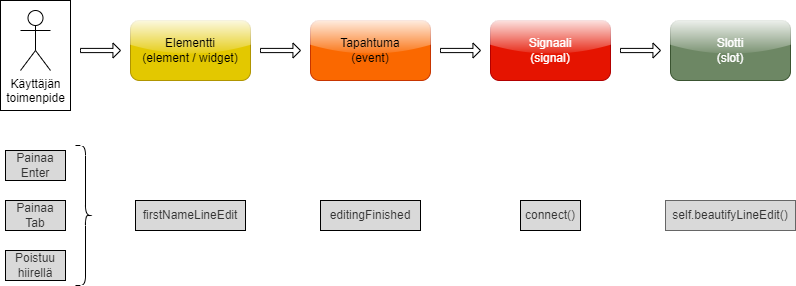
This is Docs/Pictures/SignalSlot.drawio.png from Roo-M/PythonYmparisto, a draw.io export, as it was before one commit. Source tidied: cells renumbered, new cells last; positions are measured from the earlier drawing's top-left corner, leaving out a move shared by most shapes.
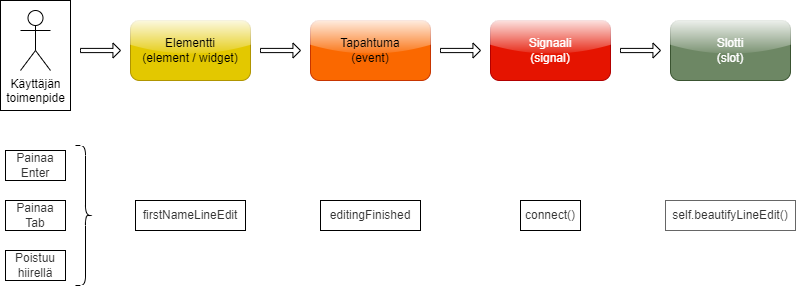
After the change.

Commit message:
Muokattu tekstin taustaväriä

What changed in the source:
```diff
@@ -14,25 +14,25 @@
     <mxCell id="5" value="Slotti&lt;div&gt;(slot)&lt;/div&gt;" style="rounded=1;whiteSpace=wrap;html=1;fillColor=#6d8764;strokeColor=#3A5431;fontColor=#ffffff;gradientDirection=north;glass=1;" parent="1" vertex="1">
       <mxGeometry x="670" y="20" width="120" height="60" as="geometry" />
     </mxCell>
-    <mxCell id="6" value="Painaa&lt;div&gt;Enter&lt;/div&gt;" style="text;html=1;align=center;verticalAlign=middle;whiteSpace=wrap;rounded=0;fillColor=#D9D9D9;fontColor=#333333;strokeColor=#000000;" parent="1" vertex="1">
+    <mxCell id="6" value="Painaa&lt;div&gt;Enter&lt;/div&gt;" style="text;html=1;align=center;verticalAlign=middle;whiteSpace=wrap;rounded=0;fillColor=#FFFFFF;fontColor=#333333;strokeColor=#000000;" parent="1" vertex="1">
       <mxGeometry x="5" y="150" width="60" height="30" as="geometry" />
     </mxCell>
-    <mxCell id="7" value="firstNameLineEdit" style="text;html=1;align=center;verticalAlign=middle;whiteSpace=wrap;rounded=0;fillColor=#D9D9D9;fontColor=#333333;strokeColor=#000000;" parent="1" vertex="1">
+    <mxCell id="7" value="firstNameLineEdit" style="text;html=1;align=center;verticalAlign=middle;whiteSpace=wrap;rounded=0;fillColor=#FFFFFF;fontColor=#333333;strokeColor=#000000;" parent="1" vertex="1">
       <mxGeometry x="135" y="200" width="110" height="30" as="geometry" />
     </mxCell>
-    <mxCell id="8" value="Painaa&lt;div&gt;Tab&lt;/div&gt;" style="text;html=1;align=center;verticalAlign=middle;whiteSpace=wrap;rounded=0;fillColor=#D9D9D9;fontColor=#333333;strokeColor=#000000;" parent="1" vertex="1">
+    <mxCell id="8" value="Painaa&lt;div&gt;Tab&lt;/div&gt;" style="text;html=1;align=center;verticalAlign=middle;whiteSpace=wrap;rounded=0;fillColor=#FFFFFF;fontColor=#333333;strokeColor=#000000;" parent="1" vertex="1">
       <mxGeometry x="5" y="200" width="60" height="30" as="geometry" />
     </mxCell>
-    <mxCell id="9" value="editingFinished" style="text;html=1;align=center;verticalAlign=middle;whiteSpace=wrap;rounded=0;fillColor=#D9D9D9;fontColor=#333333;strokeColor=#000000;" parent="1" vertex="1">
+    <mxCell id="9" value="editingFinished" style="text;html=1;align=center;verticalAlign=middle;whiteSpace=wrap;rounded=0;fillColor=#FFFFFF;fontColor=#333333;strokeColor=#000000;" parent="1" vertex="1">
       <mxGeometry x="320" y="200" width="100" height="30" as="geometry" />
     </mxCell>
-    <mxCell id="10" value="Poistuu&lt;div&gt;hiirellä&lt;/div&gt;" style="text;html=1;align=center;verticalAlign=middle;whiteSpace=wrap;rounded=0;fillColor=#D9D9D9;fontColor=#333333;strokeColor=#000000;" parent="1" vertex="1">
+    <mxCell id="10" value="Poistuu&lt;div&gt;hiirellä&lt;/div&gt;" style="text;html=1;align=center;verticalAlign=middle;whiteSpace=wrap;rounded=0;fillColor=#FFFFFF;fontColor=#333333;strokeColor=#000000;" parent="1" vertex="1">
       <mxGeometry x="5" y="250" width="60" height="30" as="geometry" />
     </mxCell>
-    <mxCell id="11" value="connect()" style="text;html=1;align=center;verticalAlign=middle;whiteSpace=wrap;rounded=0;fillColor=#D9D9D9;fontColor=#333333;strokeColor=#000000;" parent="1" vertex="1">
+    <mxCell id="11" value="connect()" style="text;html=1;align=center;verticalAlign=middle;whiteSpace=wrap;rounded=0;fillColor=#FFFFFF;fontColor=#333333;strokeColor=#000000;" parent="1" vertex="1">
       <mxGeometry x="520" y="200" width="60" height="30" as="geometry" />
     </mxCell>
-    <mxCell id="12" value="self.beautifyLineEdit()" style="text;html=1;align=center;verticalAlign=middle;whiteSpace=wrap;rounded=0;fillColor=#D9D9D9;fontColor=#333333;strokeColor=#666666;" parent="1" vertex="1">
+    <mxCell id="12" value="self.beautifyLineEdit()" style="text;html=1;align=center;verticalAlign=middle;whiteSpace=wrap;rounded=0;fillColor=#FFFFFF;fontColor=#333333;strokeColor=#666666;" parent="1" vertex="1">
       <mxGeometry x="665" y="200" width="130" height="30" as="geometry" />
     </mxCell>
     <mxCell id="13" style="rounded=0;whiteSpace=wrap;html=1;direction=south;" parent="1" vertex="1">
```
